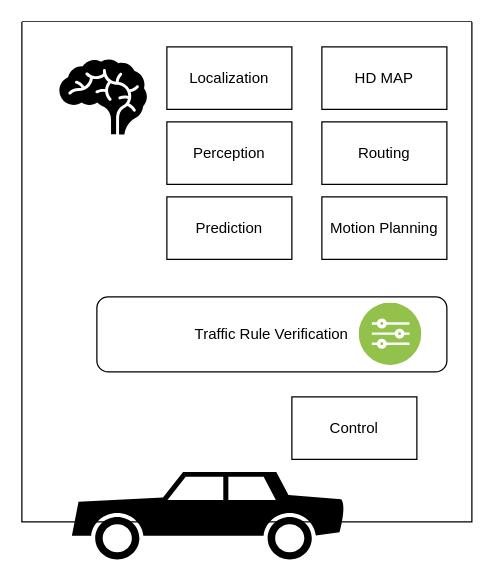
This is Untitled Diagram.drawio from smallzjuer/sav-smu.github.io, a draw.io file, before an edit. Source tidied: cells renumbered, new cells numbered last; positions are measured from the earlier drawing's top-left corner, leaving out a move shared by most shapes. Both pictures are drawn from the tidied source at 125%, with x=0, y=0 at pixel (21, 21).
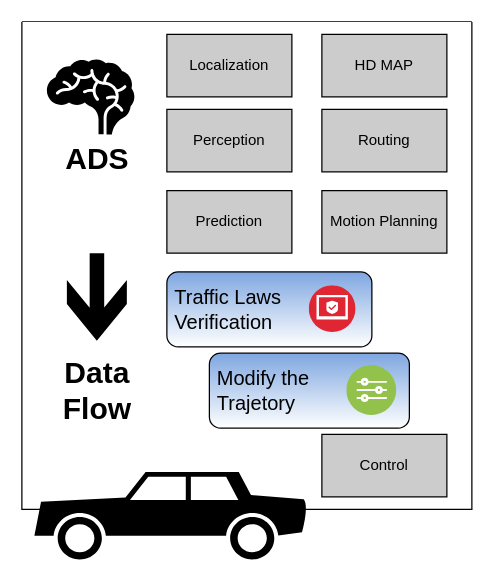
Above is the later version.

The edit, as a diff of the source:
```diff
@@
 <mxGraphModel>
   <root>
     <mxCell id="0" />
     <mxCell id="1" parent="0" />
     <mxCell id="2" style="swimlane;startSize=0;gradientColor=#ffffff;swimlaneFillColor=default;" parent="1" vertex="1">
-      <mxGeometry width="360" height="400" as="geometry" />
+      <mxGeometry width="360" height="390" as="geometry" />
     </mxCell>
-    <mxCell id="3" value="Perception" style="rounded=0;whiteSpace=wrap;html=1;" parent="2" vertex="1">
-      <mxGeometry x="116" y="80" width="100" height="50" as="geometry" />
+    <mxCell id="3" value="Perception" style="rounded=0;whiteSpace=wrap;html=1;fillColor=#CCCCCC;" parent="2" vertex="1">
+      <mxGeometry x="116" y="70" width="100" height="50" as="geometry" />
     </mxCell>
-    <mxCell id="4" value="Localization" style="rounded=0;whiteSpace=wrap;html=1;" parent="2" vertex="1">
-      <mxGeometry x="116" y="20" width="100" height="50" as="geometry" />
+    <mxCell id="4" value="Localization" style="rounded=0;whiteSpace=wrap;html=1;fillColor=#CCCCCC;" parent="2" vertex="1">
+      <mxGeometry x="116" y="10" width="100" height="50" as="geometry" />
     </mxCell>
-    <mxCell id="5" value="HD MAP" style="rounded=0;whiteSpace=wrap;html=1;" parent="2" vertex="1">
-      <mxGeometry x="240" y="20" width="100" height="50" as="geometry" />
+    <mxCell id="5" value="HD MAP" style="rounded=0;whiteSpace=wrap;html=1;fillColor=#CCCCCC;" parent="2" vertex="1">
+      <mxGeometry x="240" y="10" width="100" height="50" as="geometry" />
     </mxCell>
-    <mxCell id="6" value="Routing" style="rounded=0;whiteSpace=wrap;html=1;" parent="2" vertex="1">
-      <mxGeometry x="240" y="80" width="100" height="50" as="geometry" />
+    <mxCell id="6" value="Routing" style="rounded=0;whiteSpace=wrap;html=1;fillColor=#CCCCCC;" parent="2" vertex="1">
+      <mxGeometry x="240" y="70" width="100" height="50" as="geometry" />
     </mxCell>
-    <mxCell id="7" value="Prediction" style="rounded=0;whiteSpace=wrap;html=1;" parent="2" vertex="1">
-      <mxGeometry x="116" y="140" width="100" height="50" as="geometry" />
+    <mxCell id="7" value="Prediction" style="rounded=0;whiteSpace=wrap;html=1;fillColor=#CCCCCC;" parent="2" vertex="1">
+      <mxGeometry x="116" y="135" width="100" height="50" as="geometry" />
     </mxCell>
-    <mxCell id="8" value="Motion Planning" style="rounded=0;whiteSpace=wrap;html=1;" parent="2" vertex="1">
-      <mxGeometry x="240" y="140" width="100" height="50" as="geometry" />
+    <mxCell id="8" value="Motion Planning" style="rounded=0;whiteSpace=wrap;html=1;fillColor=#CCCCCC;" parent="2" vertex="1">
+      <mxGeometry x="240" y="135" width="100" height="50" as="geometry" />
     </mxCell>
     <mxCell id="9" style="shape=mxgraph.signs.healthcare.brain;html=1;fillColor=#000000;strokeColor=none;verticalLabelPosition=bottom;verticalAlign=top;align=center;sketch=0;" parent="2" vertex="1">
-      <mxGeometry x="30" y="30" width="70" height="60" as="geometry" />
+      <mxGeometry x="20" y="30" width="70" height="60" as="geometry" />
     </mxCell>
-    <mxCell id="10" value="Control" style="rounded=0;whiteSpace=wrap;html=1;" parent="2" vertex="1">
-      <mxGeometry x="216" y="300" width="100" height="50" as="geometry" />
+    <mxCell id="10" value="Control" style="rounded=0;whiteSpace=wrap;html=1;fillColor=#CCCCCC;" parent="2" vertex="1">
+      <mxGeometry x="240" y="330" width="100" height="50" as="geometry" />
     </mxCell>
+    <mxCell id="14" value="ADS" style="text;strokeColor=none;fillColor=none;html=1;fontSize=24;fontStyle=1;verticalAlign=middle;align=center;" parent="2" vertex="1">
+      <mxGeometry x="10" y="90" width="100" height="40" as="geometry" />
+    </mxCell>
+    <mxCell id="15" style="shape=mxgraph.signs.travel.arrow_south;html=1;fillColor=#000000;strokeColor=none;verticalLabelPosition=bottom;verticalAlign=top;align=center;sketch=0;fontSize=17;" parent="2" vertex="1">
+      <mxGeometry x="36" y="185" width="48" height="70" as="geometry" />
+    </mxCell>
+    <mxCell id="16" value="&lt;div&gt;Data &lt;br&gt;&lt;/div&gt;&lt;div&gt;Flow&lt;/div&gt;" style="text;strokeColor=none;fillColor=none;html=1;fontSize=24;fontStyle=1;verticalAlign=middle;align=center;" parent="2" vertex="1">
+      <mxGeometry x="18" y="260" width="84" height="70" as="geometry" />
+    </mxCell>
+    <mxCell id="17" value="&lt;div style=&quot;font-size: 16px&quot; align=&quot;left&quot;&gt;&lt;font style=&quot;font-size: 16px&quot;&gt;&amp;nbsp;Traffic Laws&lt;/font&gt;&lt;/div&gt;&lt;div style=&quot;font-size: 16px&quot; align=&quot;left&quot;&gt;&lt;font style=&quot;font-size: 16px&quot;&gt;&amp;nbsp;Verification&lt;/font&gt;&lt;/div&gt;" style="rounded=1;whiteSpace=wrap;html=1;gradientColor=#ffffff;align=left;fillColor=#7EA6E0;" parent="2" vertex="1">
+      <mxGeometry x="116" y="200" width="164" height="60" as="geometry" />
+    </mxCell>
+    <mxCell id="18" value="&lt;div style=&quot;font-size: 16px&quot;&gt;&lt;font style=&quot;font-size: 16px&quot;&gt;&amp;nbsp;Modify the &lt;br&gt;&lt;/font&gt;&lt;/div&gt;&lt;div style=&quot;font-size: 16px&quot;&gt;&lt;font style=&quot;font-size: 16px&quot;&gt;&amp;nbsp;Trajetory&lt;/font&gt;&lt;/div&gt;" style="rounded=1;whiteSpace=wrap;html=1;gradientColor=#ffffff;align=left;fillColor=#7EA6E0;" parent="2" vertex="1">
+      <mxGeometry x="150" y="265" width="160" height="60" as="geometry" />
+    </mxCell>
+    <mxCell id="19" style="perimeter=ellipsePerimeter;html=1;align=center;shadow=0;dashed=0;fontColor=#4277BB;labelBackgroundColor=#ffffff;fontSize=12;spacingTop=3;image;image=img/lib/ibm/security/trustend_computing.svg;gradientColor=#ffffff;" parent="2" vertex="1">
+      <mxGeometry x="230" y="211.2" width="37.5" height="37.5" as="geometry" />
+    </mxCell>
+    <mxCell id="20" style="perimeter=ellipsePerimeter;html=1;align=center;shadow=0;dashed=0;fontColor=#4277BB;labelBackgroundColor=#ffffff;fontSize=12;spacingTop=3;image;image=img/lib/ibm/vpc/Rules.svg;gradientColor=#ffffff;" parent="2" vertex="1">
+      <mxGeometry x="260" y="275" width="40" height="40" as="geometry" />
+    </mxCell>
-    <mxCell id="11" style="shape=mxgraph.signs.transportation.car_2;html=1;fillColor=#000000;strokeColor=none;verticalLabelPosition=bottom;verticalAlign=top;align=center;sketch=0;" parent="2" vertex="1">
-      <mxGeometry x="40" y="360" width="220" height="70" as="geometry" />
+    <mxCell id="11" style="shape=mxgraph.signs.transportation.car_2;html=1;fillColor=#000000;strokeColor=none;verticalLabelPosition=bottom;verticalAlign=top;align=center;sketch=0;" parent="1" vertex="1">
+      <mxGeometry x="10" y="360" width="220" height="70" as="geometry" />
     </mxCell>
-    <mxCell id="12" value="Traffic Rule Verification" style="rounded=1;whiteSpace=wrap;html=1;gradientColor=#ffffff;" parent="2" vertex="1">
-      <mxGeometry x="60" y="220" width="280" height="60" as="geometry" />
-    </mxCell>
-    <mxCell id="13" style="perimeter=ellipsePerimeter;html=1;align=center;shadow=0;dashed=0;fontColor=#4277BB;labelBackgroundColor=#ffffff;fontSize=12;spacingTop=3;image;image=img/lib/ibm/vpc/Rules.svg;gradientColor=#ffffff;" parent="2" vertex="1">
-      <mxGeometry x="270" y="225" width="50" height="50" as="geometry" />
-    </mxCell>
   </root>
 </mxGraphModel>
```
